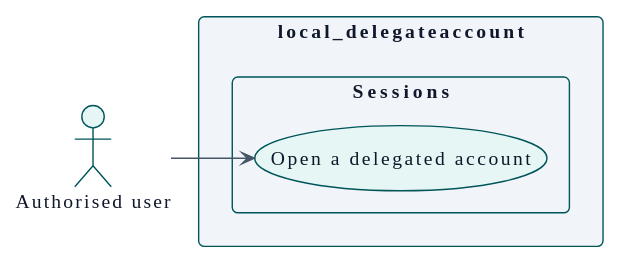
Above: docs/es/technical/requirements/use-cases-authorised_user.svg in didactika/moodle-local_delegateaccount (PlantUML), before the change.
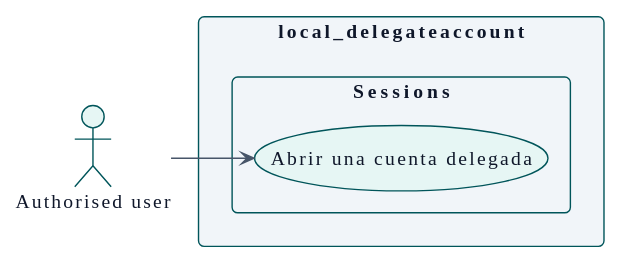
The same file after the commit.

Diff of the diagram source:
```diff
@@ -110,7 +110,7 @@
 
 rectangle "local_delegateaccount" {
   package "Sessions" {
-    usecase "Open a delegated account" as UC_openDelegatedAccount
+    usecase "Abrir una cuenta delegada" as UC_openDelegatedAccount
   }
 }
 
```
